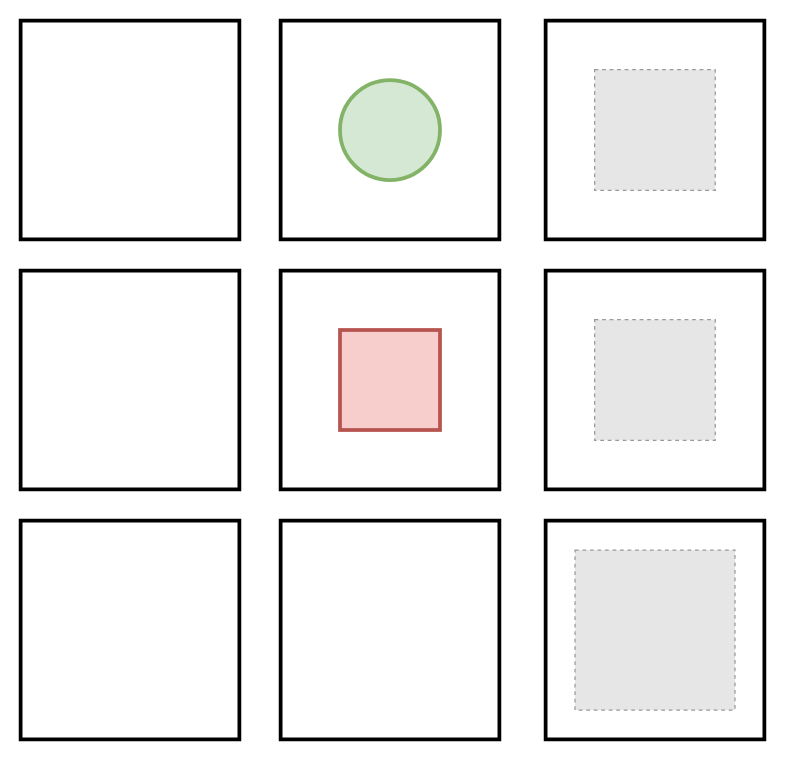
Above: wumpus-world.drawio in deliastephens/cog-rob-trust (draw.io), before the change. Source tidied: cells renumbered, new cells numbered last; positions are measured from the earlier drawing's top-left corner, leaving out a move shared by most shapes. Both pictures are drawn from the tidied source at 125%, with x=0, y=0 at pixel (20, 20). Pictures stored in the file or linked from it are replaced by grey dashed boxes.
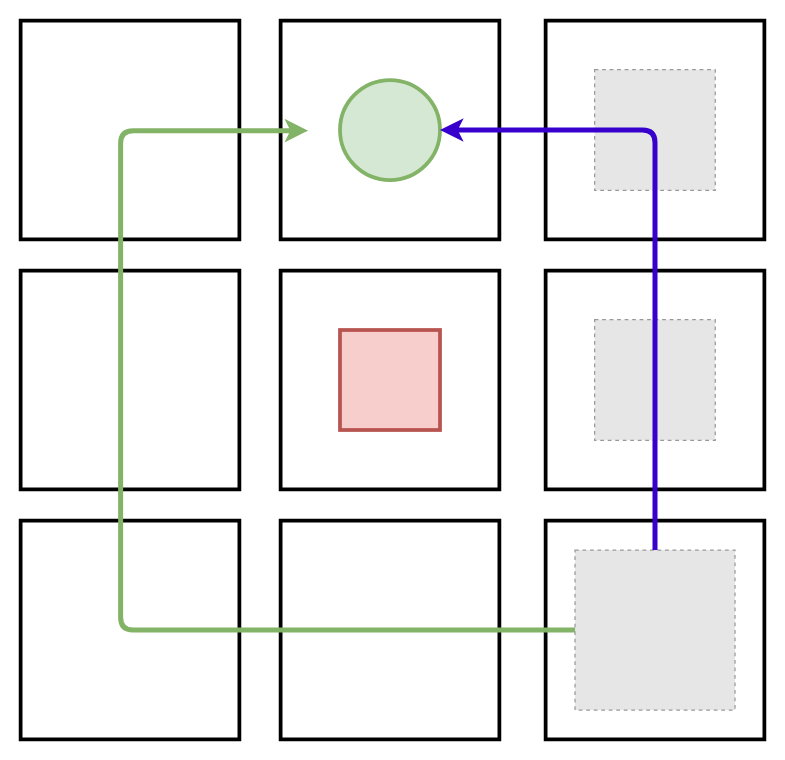
The same diagram, later.

The edit, as a diff of the source:
```diff
@@
 <mxGraphModel>
   <root>
     <mxCell id="0" />
     <mxCell id="1" parent="0" />
     <mxCell id="2" style="whiteSpace=wrap;html=1;strokeWidth=3;" parent="1" vertex="1">
       <mxGeometry x="208" y="400" width="175" height="175" as="geometry" />
     </mxCell>
     <mxCell id="3" style="whiteSpace=wrap;html=1;strokeWidth=3;" parent="1" vertex="1">
       <mxGeometry x="420" y="400" width="175" height="175" as="geometry" />
     </mxCell>
     <mxCell id="4" style="whiteSpace=wrap;html=1;strokeWidth=3;" parent="1" vertex="1">
       <mxGeometry y="400" width="175" height="175" as="geometry" />
     </mxCell>
     <mxCell id="5" style="whiteSpace=wrap;html=1;strokeWidth=3;" parent="1" vertex="1">
       <mxGeometry y="200" width="175" height="175" as="geometry" />
     </mxCell>
     <mxCell id="6" style="whiteSpace=wrap;html=1;strokeWidth=3;" parent="1" vertex="1">
       <mxGeometry x="208" y="200" width="175" height="175" as="geometry" />
     </mxCell>
     <mxCell id="7" style="whiteSpace=wrap;html=1;strokeWidth=3;" parent="1" vertex="1">
       <mxGeometry x="420" y="200" width="175" height="175" as="geometry" />
     </mxCell>
     <mxCell id="8" style="whiteSpace=wrap;html=1;strokeWidth=3;" parent="1" vertex="1">
       <mxGeometry x="208" width="175" height="175" as="geometry" />
     </mxCell>
     <mxCell id="9" style="whiteSpace=wrap;html=1;strokeWidth=3;" parent="1" vertex="1">
       <mxGeometry width="175" height="175" as="geometry" />
     </mxCell>
     <mxCell id="10" style="whiteSpace=wrap;html=1;strokeWidth=3;" parent="1" vertex="1">
       <mxGeometry x="420" width="175" height="175" as="geometry" />
     </mxCell>
+    <mxCell id="16" style="edgeStyle=orthogonalEdgeStyle;rounded=1;jettySize=auto;html=1;exitX=0;exitY=0.5;exitDx=0;exitDy=0;fillColor=#d5e8d4;strokeColor=#82b366;strokeWidth=4;jumpStyle=none;jumpSize=5;sourcePerimeterSpacing=0;targetPerimeterSpacing=-1;" parent="1" edge="1" source="11">
+      <mxGeometry relative="1" as="geometry">
+        <mxPoint x="230" y="88" as="targetPoint" />
+        <Array as="points">
+          <mxPoint x="80" y="488" />
+          <mxPoint x="80" y="88" />
+        </Array>
+      </mxGeometry>
+    </mxCell>
     <mxCell id="11" style="fillColor=#E6E6E6;strokeColor=#999999;dashed=1;html=1;verticalAlign=top;verticalLabelPosition=bottom;labelBackgroundColor=#ffffff;" parent="1" vertex="1">
       <mxGeometry x="443.5" y="423.5" width="128" height="128" as="geometry" />
     </mxCell>
     <mxCell id="12" style="ellipse;whiteSpace=wrap;html=1;strokeWidth=3;fillColor=#d5e8d4;strokeColor=#82b366;" parent="1" vertex="1">
       <mxGeometry x="255.5" y="47.5" width="80" height="80" as="geometry" />
     </mxCell>
     <mxCell id="13" style="fillColor=#E6E6E6;strokeColor=#999999;dashed=1;html=1;verticalAlign=top;verticalLabelPosition=bottom;labelBackgroundColor=#ffffff;" parent="1" vertex="1">
       <mxGeometry x="459.2" y="239.2" width="96.5" height="96.5" as="geometry" />
     </mxCell>
     <mxCell id="14" style="fillColor=#E6E6E6;strokeColor=#999999;dashed=1;html=1;verticalAlign=top;verticalLabelPosition=bottom;labelBackgroundColor=#ffffff;" parent="1" vertex="1">
       <mxGeometry x="459.2" y="39.2" width="96.5" height="96.5" as="geometry" />
     </mxCell>
     <mxCell id="15" style="whiteSpace=wrap;html=1;strokeWidth=3;fillColor=#f8cecc;strokeColor=#b85450;" parent="1" vertex="1">
       <mxGeometry x="255.5" y="247.5" width="80" height="80" as="geometry" />
     </mxCell>
+    <mxCell id="17" style="edgeStyle=orthogonalEdgeStyle;rounded=1;jumpStyle=none;jumpSize=5;jettySize=auto;html=1;exitX=0.5;exitY=0;exitDx=0;exitDy=0;entryX=1;entryY=0.5;entryDx=0;entryDy=0;sourcePerimeterSpacing=0;targetPerimeterSpacing=-1;strokeWidth=4;fillColor=#6a00ff;strokeColor=#3700CC;" parent="1" edge="1" source="11" target="12">
+      <mxGeometry relative="1" as="geometry" />
+    </mxCell>
   </root>
 </mxGraphModel>
```
